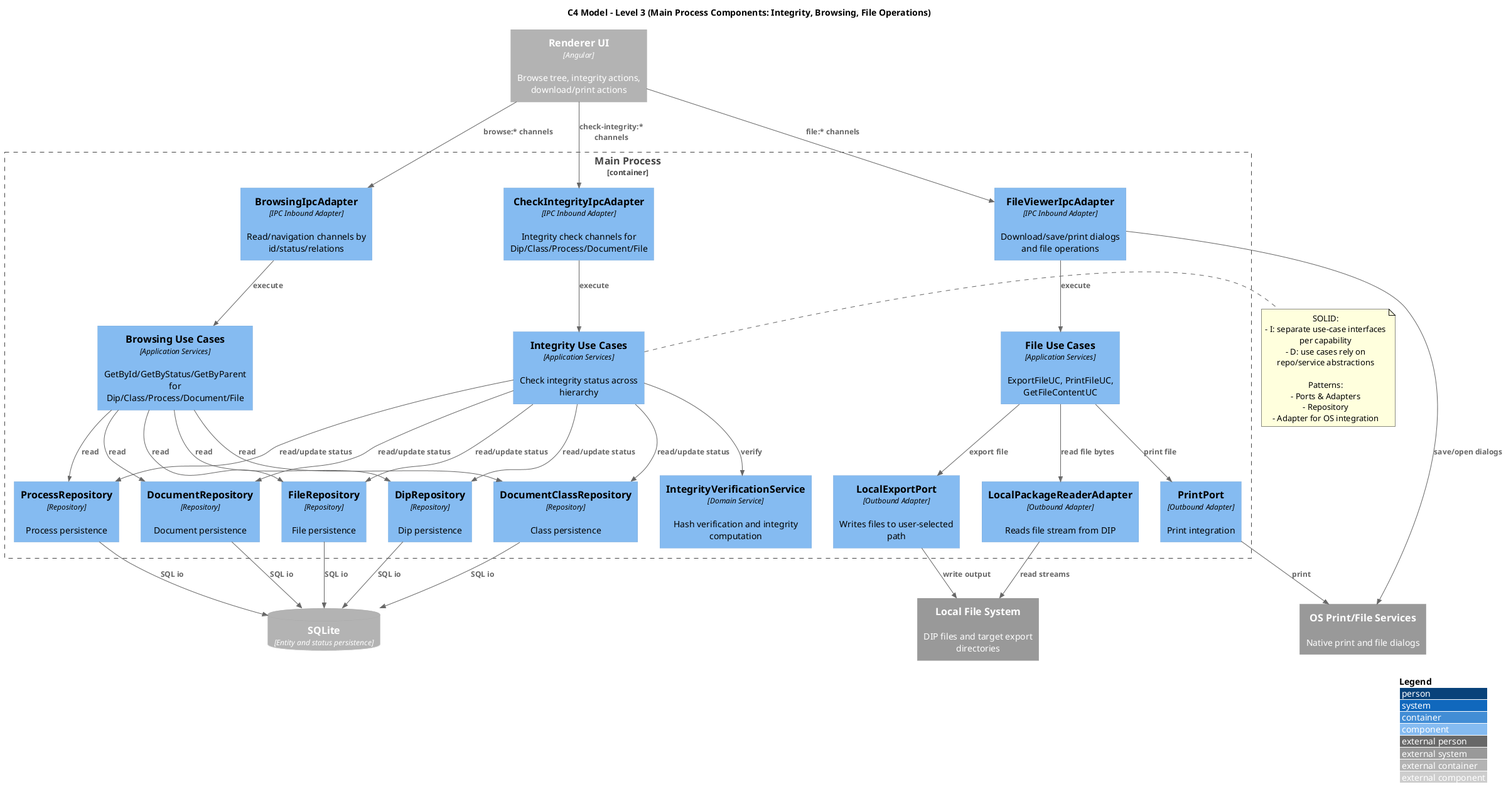
This is assets/outDiagrammiST/C3_Backend_Browsing_Integrity.png from 7-ZPUs/Docs, a PlantUML export, as it was before one commit. Its diagram source:
```plantuml
@startuml C3_Main_Integrity_Browsing_FileOps
!includeurl https://raw.githubusercontent.com/plantuml-stdlib/C4-PlantUML/master/C4_Component.puml

title C4 Model - Level 3 (Main Process Components: Integrity, Browsing, File Operations)

LAYOUT_WITH_LEGEND()

Container_Boundary(main_container, "Main Process") {
  Component(browsing_ipc, "BrowsingIpcAdapter", "IPC Inbound Adapter", "Read/navigation channels by id/status/relations")
  Component(integrity_ipc, "CheckIntegrityIpcAdapter", "IPC Inbound Adapter", "Integrity check channels for Dip/Class/Process/Document/File")
  Component(file_ipc, "FileViewerIpcAdapter", "IPC Inbound Adapter", "Download/save/print dialogs and file operations")

  Component(browse_ucs, "Browsing Use Cases", "Application Services", "GetById/GetByStatus/GetByParent for Dip/Class/Process/Document/File")
  Component(integrity_ucs, "Integrity Use Cases", "Application Services", "Check integrity status across hierarchy")
  Component(file_ucs, "File Use Cases", "Application Services", "ExportFileUC, PrintFileUC, GetFileContentUC")

  Component(integrity_service, "IntegrityVerificationService", "Domain Service", "Hash verification and integrity computation")

  Component(dip_repo, "DipRepository", "Repository", "Dip persistence")
  Component(class_repo, "DocumentClassRepository", "Repository", "Class persistence")
  Component(process_repo, "ProcessRepository", "Repository", "Process persistence")
  Component(doc_repo, "DocumentRepository", "Repository", "Document persistence")
  Component(file_repo, "FileRepository", "Repository", "File persistence")

  Component(export_port, "LocalExportPort", "Outbound Adapter", "Writes files to user-selected path")
  Component(print_port, "PrintPort", "Outbound Adapter", "Print integration")
  Component(package_reader, "LocalPackageReaderAdapter", "Outbound Adapter", "Reads file stream from DIP")
}

Container_Ext(renderer, "Renderer UI", "Angular", "Browse tree, integrity actions, download/print actions")
ContainerDb_Ext(sqlite, "SQLite", "Entity and status persistence")
System_Ext(local_fs, "Local File System", "DIP files and target export directories")
System_Ext(os_services, "OS Print/File Services", "Native print and file dialogs")

Rel(renderer, browsing_ipc, "browse:* channels")
Rel(renderer, integrity_ipc, "check-integrity:* channels")
Rel(renderer, file_ipc, "file:* channels")

Rel(browsing_ipc, browse_ucs, "execute")
Rel(integrity_ipc, integrity_ucs, "execute")
Rel(file_ipc, file_ucs, "execute")

Rel(integrity_ucs, integrity_service, "verify")

Rel(browse_ucs, dip_repo, "read")
Rel(browse_ucs, class_repo, "read")
Rel(browse_ucs, process_repo, "read")
Rel(browse_ucs, doc_repo, "read")
Rel(browse_ucs, file_repo, "read")

Rel(integrity_ucs, dip_repo, "read/update status")
Rel(integrity_ucs, class_repo, "read/update status")
Rel(integrity_ucs, process_repo, "read/update status")
Rel(integrity_ucs, doc_repo, "read/update status")
Rel(integrity_ucs, file_repo, "read/update status")

Rel(file_ucs, package_reader, "read file bytes")
Rel(file_ucs, export_port, "export file")
Rel(file_ucs, print_port, "print file")

Rel(dip_repo, sqlite, "SQL io")
Rel(class_repo, sqlite, "SQL io")
Rel(process_repo, sqlite, "SQL io")
Rel(doc_repo, sqlite, "SQL io")
Rel(file_repo, sqlite, "SQL io")

Rel(package_reader, local_fs, "read streams")
Rel(export_port, local_fs, "write output")
Rel(print_port, os_services, "print")
Rel(file_ipc, os_services, "save/open dialogs")

note right of integrity_ucs
SOLID:
- I: separate use-case interfaces per capability
- D: use cases rely on repo/service abstractions

Patterns:
- Ports & Adapters
- Repository
- Adapter for OS integration
end note

@enduml
```
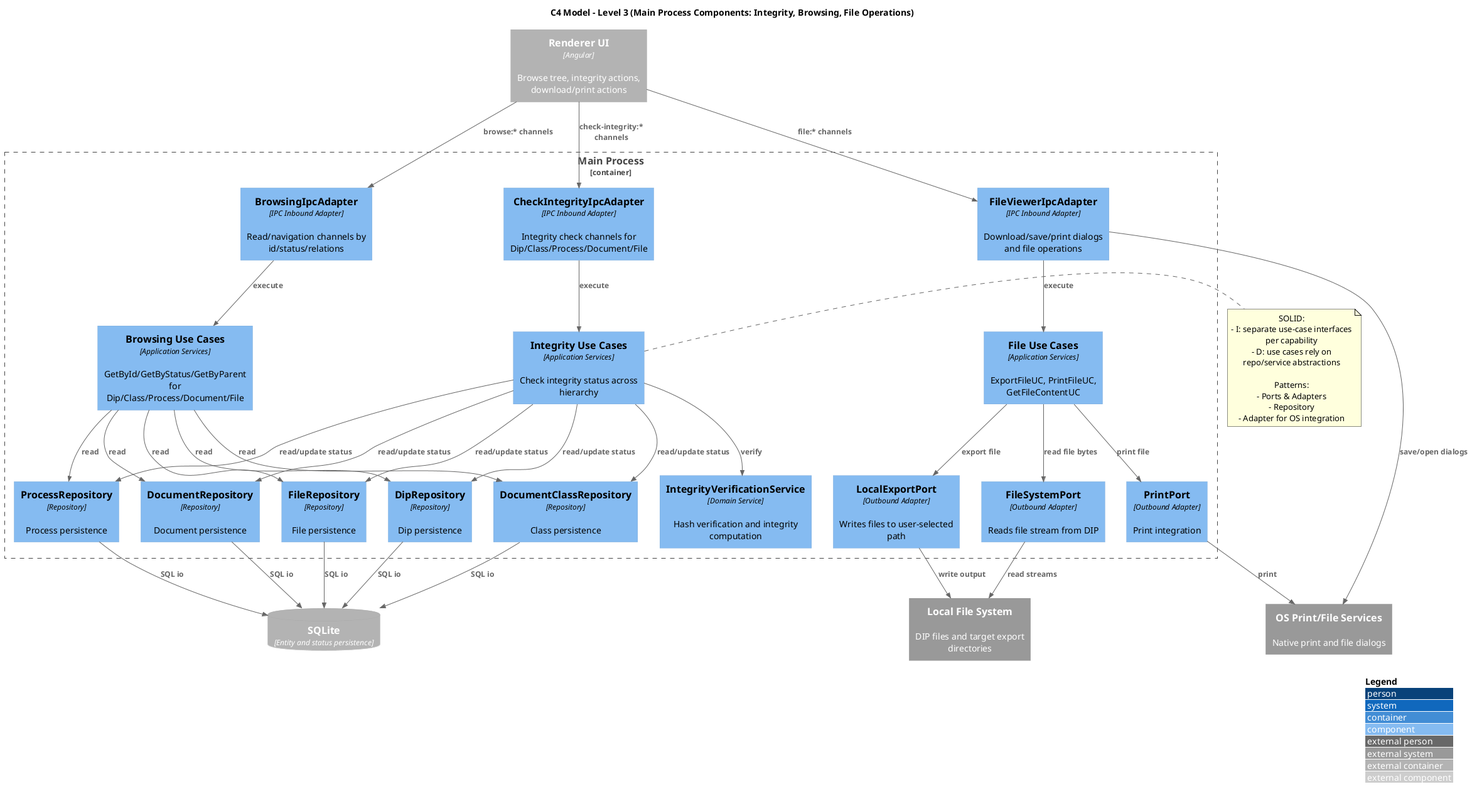
Later version of the same file.

What changed in the source:
```diff
@@ -24,7 +24,7 @@
 
   Component(export_port, "LocalExportPort", "Outbound Adapter", "Writes files to user-selected path")
   Component(print_port, "PrintPort", "Outbound Adapter", "Print integration")
-  Component(package_reader, "LocalPackageReaderAdapter", "Outbound Adapter", "Reads file stream from DIP")
+  Component(package_reader, "FileSystemPort", "Outbound Adapter", "Reads file stream from DIP")
 }
 
 Container_Ext(renderer, "Renderer UI", "Angular", "Browse tree, integrity actions, download/print actions")
```
